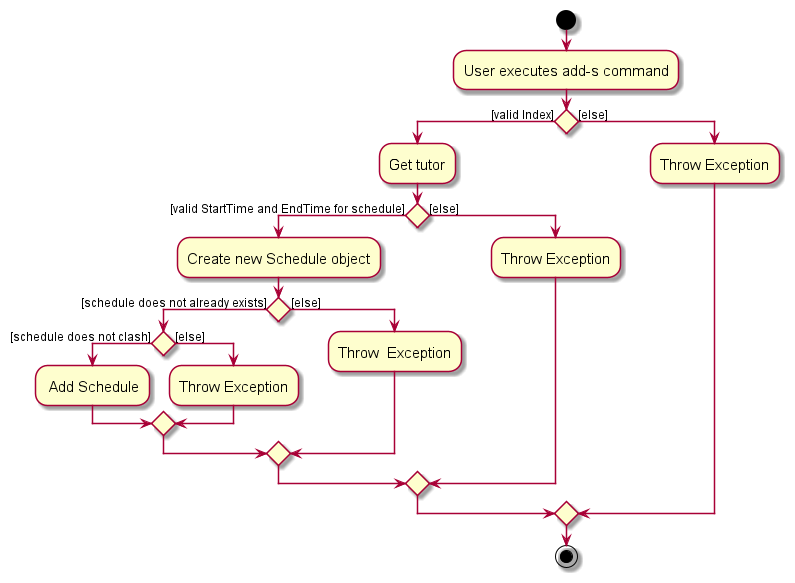
Before: docs/images/AddScheduleActivityDiagram.png, a diagram exported from PlantUML (nus-cs2103-AY2324S1/tp).
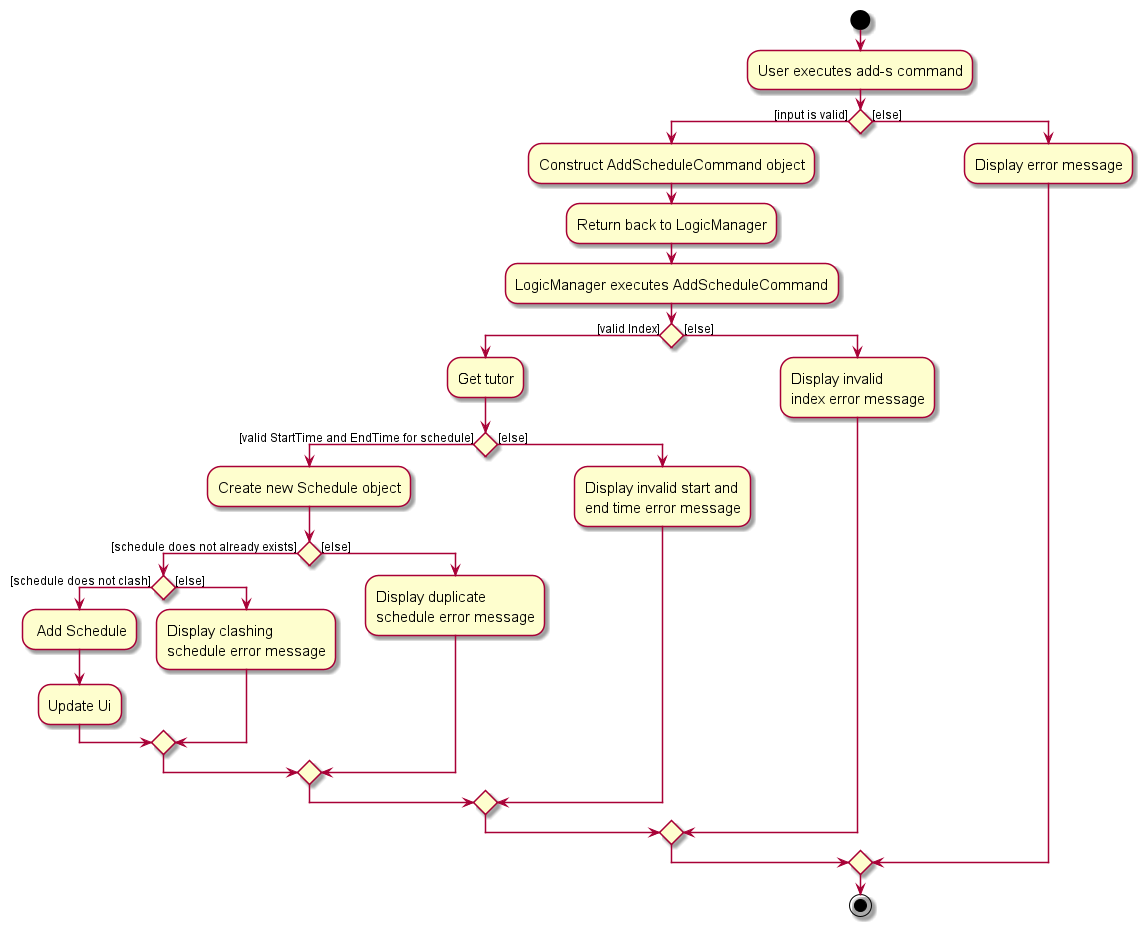
Later version of the same file.

Diff of the diagram source:
```diff
@@ -6,24 +6,32 @@
 :User executes add-s command;
 
 
-if () then ([valid Index])
-    :Get tutor;
-    if () then ([valid StartTime and EndTime for schedule])
-        :Create new Schedule object;
-        if () then ([schedule does not already exists])
-            if () then ([schedule does not clash])
-                    : Add Schedule;
-                else ([else])
-                    :Throw Exception;
-                endif
+if () then ([input is valid])
+    :Construct AddScheduleCommand object;
+    :Return back to LogicManager;
+    :LogicManager executes AddScheduleCommand;
+    if () then ([valid Index])
+        :Get tutor;
+        if () then ([valid StartTime and EndTime for schedule])
+            :Create new Schedule object;
+            if () then ([schedule does not already exists])
+                if () then ([schedule does not clash])
+                        : Add Schedule;
+                        :Update Ui;
+                    else ([else])
+                        :Display clashing\nschedule error message;
+                    endif
+            else ([else])
+                :Display duplicate\nschedule error message;
+            endif
         else ([else])
-            :Throw  Exception;
+            :Display invalid start and\nend time error message;
         endif
     else ([else])
-        :Throw Exception;
+        :Display invalid\nindex error message;
     endif
 else ([else])
-    :Throw Exception;
+:Display error message;
 endif
 stop
 @enduml
```
